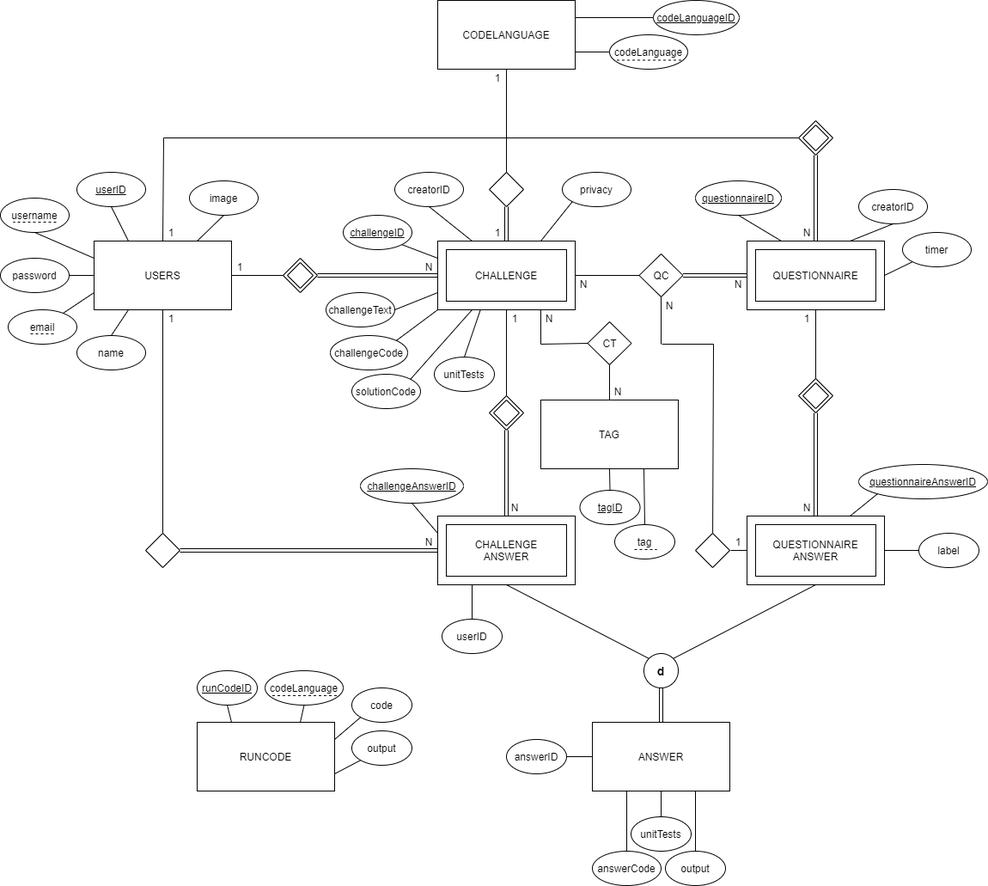
The draw.io diagram Code/Postgres/Diagram.png in joaoesantos/ise_learning, before a commit. Source tidied: cells renumbered, new cells last; positions are measured from the earlier drawing's top-left corner, leaving out a move shared by most shapes.
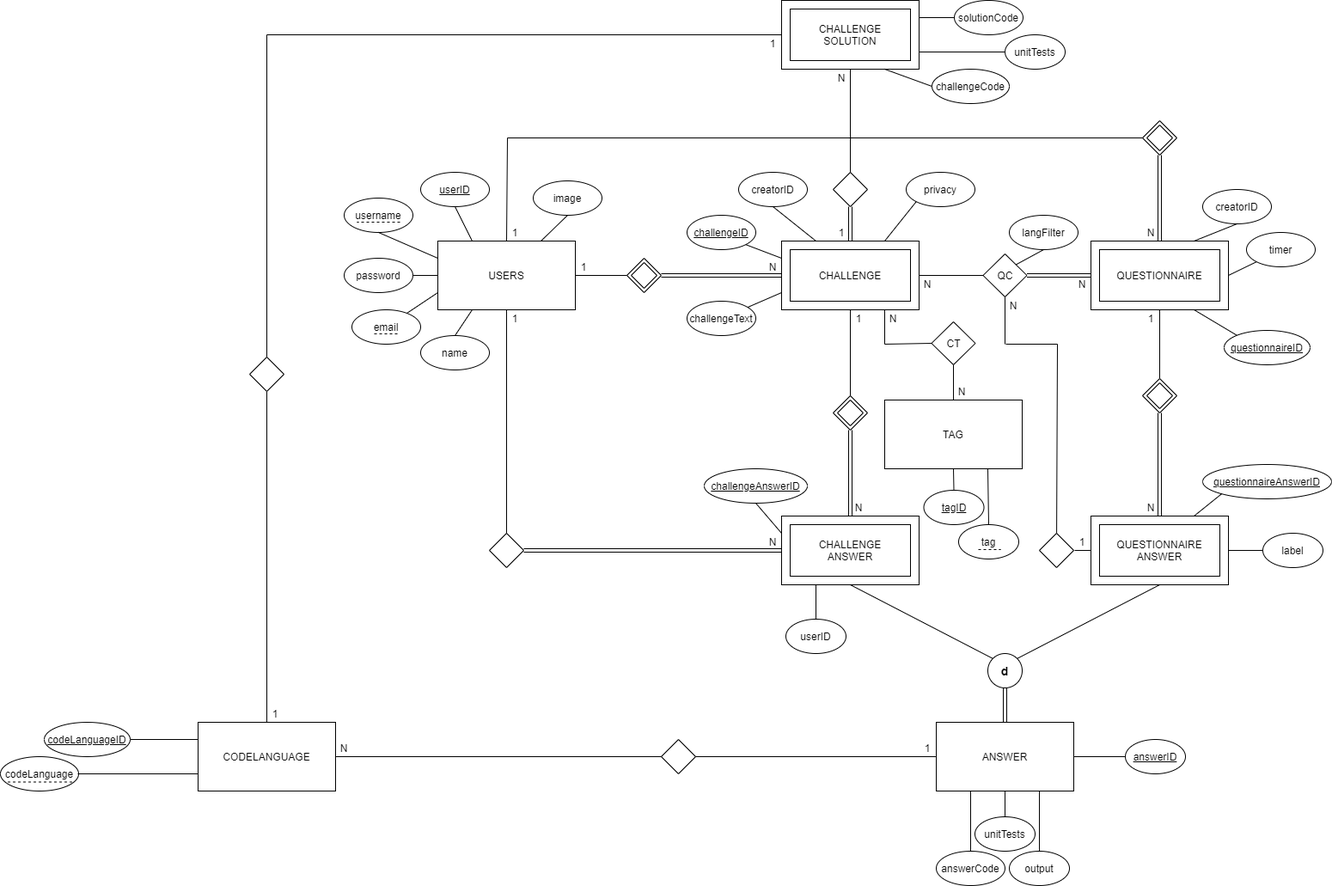
The same file after the commit.

The edit, as a diff of the source:
```diff
@@ -2,7 +2,7 @@
   <root>
     <mxCell id="0" />
     <mxCell id="1" parent="0" />
-    <mxCell id="2" value="CODELANGUAGE" style="rounded=0;whiteSpace=wrap;html=1;" parent="1" vertex="1">
+    <mxCell id="2" style="rounded=0;whiteSpace=wrap;html=1;" parent="1" vertex="1">
       <mxGeometry x="509" width="160" height="80" as="geometry" />
     </mxCell>
     <mxCell id="3" style="rounded=0;whiteSpace=wrap;html=1;" parent="1" vertex="1">
@@ -38,12 +38,6 @@
     <mxCell id="13" style="endArrow=none;html=1;entryX=0.5;entryY=1;entryDx=0;entryDy=0;exitX=0.5;exitY=0;exitDx=0;exitDy=0;" parent="1" edge="1" source="46" target="6">
       <mxGeometry relative="1" as="geometry" />
     </mxCell>
-    <mxCell id="14" value="codeLanguage" style="ellipse;whiteSpace=wrap;html=1;" parent="1" vertex="1">
-      <mxGeometry x="709" y="40" width="91" height="40" as="geometry" />
-    </mxCell>
-    <mxCell id="15" style="endArrow=none;html=1;entryX=0;entryY=0.5;entryDx=0;entryDy=0;exitX=1;exitY=0.75;exitDx=0;exitDy=0;" parent="1" edge="1" source="2" target="14">
-      <mxGeometry relative="1" as="geometry" />
-    </mxCell>
     <mxCell id="16" value="1" style="text;html=1;strokeColor=none;fillColor=none;align=center;verticalAlign=middle;whiteSpace=wrap;rounded=0;" parent="1" vertex="1">
       <mxGeometry x="189" y="260" width="20" height="20" as="geometry" />
     </mxCell>
@@ -63,7 +57,7 @@
       <mxGeometry relative="1" as="geometry" />
     </mxCell>
     <mxCell id="22" value="challengeText" style="ellipse;whiteSpace=wrap;html=1;" parent="1" vertex="1">
-      <mxGeometry x="379" y="340" width="80" height="40" as="geometry" />
+      <mxGeometry x="399" y="350" width="80" height="40" as="geometry" />
     </mxCell>
     <mxCell id="23" value="privacy" style="ellipse;whiteSpace=wrap;html=1;" parent="1" vertex="1">
       <mxGeometry x="654" y="200" width="80" height="40" as="geometry" />
@@ -71,7 +65,7 @@
     <mxCell id="24" style="endArrow=none;html=1;entryX=0;entryY=1;entryDx=0;entryDy=0;exitX=0.75;exitY=0;exitDx=0;exitDy=0;" parent="1" edge="1" source="3" target="23">
       <mxGeometry relative="1" as="geometry" />
     </mxCell>
-    <mxCell id="25" style="endArrow=none;html=1;exitX=1;exitY=0.5;exitDx=0;exitDy=0;entryX=0;entryY=0.75;entryDx=0;entryDy=0;" parent="1" edge="1" source="22" target="3">
+    <mxCell id="25" style="endArrow=none;html=1;entryX=0;entryY=0.75;entryDx=0;entryDy=0;" parent="1" edge="1" source="22" target="3">
       <mxGeometry relative="1" as="geometry" />
     </mxCell>
     <mxCell id="26" style="rhombus;whiteSpace=wrap;html=1;" parent="1" vertex="1">
@@ -95,16 +89,10 @@
     <mxCell id="32" value="1" style="text;html=1;strokeColor=none;fillColor=none;align=center;verticalAlign=middle;whiteSpace=wrap;rounded=0;" parent="1" vertex="1">
       <mxGeometry x="929" y="360" width="20" height="20" as="geometry" />
     </mxCell>
-    <mxCell id="33" value="solutionCode" style="ellipse;whiteSpace=wrap;html=1;" parent="1" vertex="1">
-      <mxGeometry x="409" y="435" width="80" height="40" as="geometry" />
-    </mxCell>
-    <mxCell id="34" style="endArrow=none;html=1;exitX=0.25;exitY=1;exitDx=0;exitDy=0;entryX=1;entryY=0;entryDx=0;entryDy=0;" parent="1" edge="1" source="3" target="33">
+    <mxCell id="34" style="endArrow=none;html=1;exitX=0;exitY=0.5;exitDx=0;exitDy=0;entryX=1;entryY=0.75;entryDx=0;entryDy=0;" parent="1" edge="1" source="35" target="2">
       <mxGeometry relative="1" as="geometry" />
     </mxCell>
-    <mxCell id="35" value="unitTests" style="ellipse;whiteSpace=wrap;html=1;" parent="1" vertex="1">
-      <mxGeometry x="505" y="415" width="70" height="40" as="geometry" />
-    </mxCell>
-    <mxCell id="36" style="endArrow=none;html=1;exitX=0.309;exitY=1.01;exitDx=0;exitDy=0;entryX=0.5;entryY=0;entryDx=0;entryDy=0;exitPerimeter=0;" parent="1" edge="1" source="3" target="35">
+    <mxCell id="36" style="endArrow=none;html=1;exitX=0;exitY=0.5;exitDx=0;exitDy=0;entryX=1;entryY=0.25;entryDx=0;entryDy=0;" parent="1" edge="1" source="33" target="2">
       <mxGeometry relative="1" as="geometry" />
     </mxCell>
     <mxCell id="37" value="answerCode" style="ellipse;whiteSpace=wrap;html=1;" parent="1" vertex="1">
@@ -125,7 +113,7 @@
     <mxCell id="42" style="endArrow=none;html=1;entryX=0.5;entryY=1;entryDx=0;entryDy=0;exitX=0.75;exitY=0;exitDx=0;exitDy=0;" parent="1" edge="1" source="6" target="41">
       <mxGeometry relative="1" as="geometry" />
     </mxCell>
-    <mxCell id="43" style="endArrow=none;html=1;exitX=0.25;exitY=0;exitDx=0;exitDy=0;entryX=0.5;entryY=1;entryDx=0;entryDy=0;" parent="1" edge="1" source="6" target="57">
+    <mxCell id="43" style="endArrow=none;html=1;entryX=0.75;entryY=1;entryDx=0;entryDy=0;exitX=0;exitY=0;exitDx=0;exitDy=0;" parent="1" edge="1" source="57" target="6">
       <mxGeometry relative="1" as="geometry" />
     </mxCell>
     <mxCell id="44" style="rounded=0;whiteSpace=wrap;html=1;" parent="1" vertex="1">
@@ -161,14 +149,8 @@
     <mxCell id="54" style="endArrow=none;html=1;entryX=0.75;entryY=0;entryDx=0;entryDy=0;exitX=0;exitY=1;exitDx=0;exitDy=0;" parent="1" edge="1" source="53" target="44">
       <mxGeometry relative="1" as="geometry" />
     </mxCell>
-    <mxCell id="55" value="&lt;u&gt;codeLanguageID&lt;/u&gt;" style="ellipse;whiteSpace=wrap;html=1;" parent="1" vertex="1">
-      <mxGeometry x="760" width="100" height="40" as="geometry" />
-    </mxCell>
-    <mxCell id="56" style="endArrow=none;html=1;entryX=0;entryY=0.5;entryDx=0;entryDy=0;exitX=1;exitY=0.25;exitDx=0;exitDy=0;" parent="1" edge="1" source="2" target="55">
-      <mxGeometry relative="1" as="geometry" />
-    </mxCell>
     <mxCell id="57" value="&lt;u&gt;questionnaireID&lt;/u&gt;" style="ellipse;whiteSpace=wrap;html=1;" parent="1" vertex="1">
-      <mxGeometry x="809" y="210" width="100" height="40" as="geometry" />
+      <mxGeometry x="1024" y="384" width="100" height="40" as="geometry" />
     </mxCell>
     <mxCell id="58" style="rhombus;whiteSpace=wrap;html=1;" parent="1" vertex="1">
       <mxGeometry x="574" y="465" width="30" height="30" as="geometry" />
@@ -243,27 +225,6 @@
     <mxCell id="80" style="endArrow=none;html=1;entryX=0.5;entryY=0;entryDx=0;entryDy=0;exitX=0.75;exitY=1;exitDx=0;exitDy=0;" parent="1" edge="1" source="74" target="78">
       <mxGeometry relative="1" as="geometry" />
     </mxCell>
-    <mxCell id="81" value="RUNCODE" style="rounded=0;whiteSpace=wrap;html=1;" parent="1" vertex="1">
-      <mxGeometry x="229" y="840" width="160" height="80" as="geometry" />
-    </mxCell>
-    <mxCell id="82" style="endArrow=none;html=1;entryX=0.25;entryY=0;entryDx=0;entryDy=0;exitX=0.5;exitY=1;exitDx=0;exitDy=0;" parent="1" edge="1" source="87" target="81">
-      <mxGeometry relative="1" as="geometry" />
-    </mxCell>
-    <mxCell id="83" value="code" style="ellipse;whiteSpace=wrap;html=1;" parent="1" vertex="1">
-      <mxGeometry x="409" y="800" width="70" height="40" as="geometry" />
-    </mxCell>
-    <mxCell id="84" style="endArrow=none;html=1;entryX=0;entryY=1;entryDx=0;entryDy=0;exitX=1;exitY=0.25;exitDx=0;exitDy=0;" parent="1" edge="1" source="81" target="83">
-      <mxGeometry relative="1" as="geometry" />
-    </mxCell>
-    <mxCell id="85" value="codeLanguage" style="ellipse;whiteSpace=wrap;html=1;" parent="1" vertex="1">
-      <mxGeometry x="308" y="780" width="91" height="40" as="geometry" />
-    </mxCell>
-    <mxCell id="86" style="endArrow=none;html=1;entryX=0.5;entryY=1;entryDx=0;entryDy=0;exitX=0.75;exitY=0;exitDx=0;exitDy=0;" parent="1" edge="1" source="81" target="85">
-      <mxGeometry relative="1" as="geometry" />
-    </mxCell>
-    <mxCell id="87" value="&lt;u&gt;runCodeID&lt;/u&gt;" style="ellipse;whiteSpace=wrap;html=1;" parent="1" vertex="1">
-      <mxGeometry x="229" y="780" width="70" height="40" as="geometry" />
-    </mxCell>
     <mxCell id="88" style="rhombus;whiteSpace=wrap;html=1;" parent="1" vertex="1">
       <mxGeometry x="334" y="305" width="30" height="30" as="geometry" />
     </mxCell>
@@ -273,7 +234,7 @@
     <mxCell id="90" style="rhombus;whiteSpace=wrap;html=1;" parent="1" vertex="1">
       <mxGeometry x="929" y="140" width="40" height="40" as="geometry" />
     </mxCell>
-    <mxCell id="91" value="1" style="text;html=1;strokeColor=none;fillColor=none;align=center;verticalAlign=middle;whiteSpace=wrap;rounded=0;" parent="1" vertex="1">
+    <mxCell id="91" value="N" style="text;html=1;strokeColor=none;fillColor=none;align=center;verticalAlign=middle;whiteSpace=wrap;rounded=0;" parent="1" vertex="1">
       <mxGeometry x="569" y="80" width="20" height="20" as="geometry" />
     </mxCell>
     <mxCell id="92" style="endArrow=none;html=1;exitX=0;exitY=0.5;exitDx=0;exitDy=0;" parent="1" edge="1" source="90">
@@ -353,29 +314,11 @@
       <mxGeometry relative="1" as="geometry" />
     </mxCell>
     <mxCell id="114" value="challengeCode" style="ellipse;whiteSpace=wrap;html=1;" parent="1" vertex="1">
-      <mxGeometry x="384" y="390" width="90" height="40" as="geometry" />
+      <mxGeometry x="684" y="80" width="90" height="40" as="geometry" />
     </mxCell>
-    <mxCell id="115" style="endArrow=none;html=1;entryX=0;entryY=1;entryDx=0;entryDy=0;exitX=1;exitY=0;exitDx=0;exitDy=0;" parent="1" edge="1" source="114" target="3">
+    <mxCell id="115" style="endArrow=none;html=1;entryX=0.75;entryY=1;entryDx=0;entryDy=0;exitX=0;exitY=0.5;exitDx=0;exitDy=0;" parent="1" edge="1" source="114" target="2">
       <mxGeometry relative="1" as="geometry" />
     </mxCell>
-    <mxCell id="116" value="output" style="ellipse;whiteSpace=wrap;html=1;" parent="1" vertex="1">
-      <mxGeometry x="409" y="850" width="70" height="40" as="geometry" />
-    </mxCell>
-    <mxCell id="117" style="endArrow=none;html=1;entryX=0;entryY=1;entryDx=0;entryDy=0;exitX=1;exitY=0.75;exitDx=0;exitDy=0;" parent="1" edge="1" source="81" target="116">
-      <mxGeometry relative="1" as="geometry" />
-    </mxCell>
-    <mxCell id="118" style="endArrow=none;dashed=1;html=1;" parent="1" edge="1">
-      <mxGeometry relative="1" as="geometry">
-        <mxPoint x="391.5" y="809" as="sourcePoint" />
-        <mxPoint x="315.5" y="809" as="targetPoint" />
-      </mxGeometry>
-    </mxCell>
-    <mxCell id="119" style="endArrow=none;dashed=1;html=1;" parent="1" edge="1">
-      <mxGeometry relative="1" as="geometry">
-        <mxPoint x="792.5" y="69.5" as="sourcePoint" />
-        <mxPoint x="716.5" y="69.5" as="targetPoint" />
-      </mxGeometry>
-    </mxCell>
     <mxCell id="120" style="endArrow=none;dashed=1;html=1;" parent="1" edge="1">
       <mxGeometry relative="1" as="geometry">
         <mxPoint x="738" y="639" as="sourcePoint" />
@@ -412,10 +355,10 @@
     <mxCell id="130" style="shape=link;html=1;entryX=0.5;entryY=1;entryDx=0;entryDy=0;exitX=0.5;exitY=0;exitDx=0;exitDy=0;" parent="1" edge="1" source="125" target="126">
       <mxGeometry relative="1" as="geometry" />
     </mxCell>
-    <mxCell id="131" value="answerID" style="ellipse;whiteSpace=wrap;html=1;" parent="1" vertex="1">
-      <mxGeometry x="589" y="860" width="70" height="40" as="geometry" />
+    <mxCell id="131" value="&lt;u&gt;answerID&lt;/u&gt;" style="ellipse;whiteSpace=wrap;html=1;" parent="1" vertex="1">
+      <mxGeometry x="909" y="860" width="70" height="40" as="geometry" />
     </mxCell>
-    <mxCell id="132" style="endArrow=none;html=1;entryX=0;entryY=0.5;entryDx=0;entryDy=0;exitX=1;exitY=0.5;exitDx=0;exitDy=0;" parent="1" edge="1" source="131" target="125">
+    <mxCell id="132" style="endArrow=none;html=1;entryX=1;entryY=0.5;entryDx=0;entryDy=0;exitX=0;exitY=0.5;exitDx=0;exitDy=0;" parent="1" edge="1" source="131" target="125">
       <mxGeometry relative="1" as="geometry" />
     </mxCell>
     <mxCell id="133" style="shape=link;html=1;exitX=1;exitY=0.5;exitDx=0;exitDy=0;entryX=0;entryY=0.5;entryDx=0;entryDy=0;" parent="1" edge="1" source="97" target="11">
@@ -451,5 +394,78 @@
     <mxCell id="140" value="N" style="text;html=1;strokeColor=none;fillColor=none;align=center;verticalAlign=middle;whiteSpace=wrap;rounded=0;" parent="1" vertex="1">
       <mxGeometry x="769" y="345" width="20" height="20" as="geometry" />
     </mxCell>
+    <mxCell id="141" value="CODELANGUAGE" style="rounded=0;whiteSpace=wrap;html=1;" parent="1" vertex="1">
+      <mxGeometry x="-170" y="840" width="160" height="80" as="geometry" />
+    </mxCell>
+    <mxCell id="142" value="codeLanguage" style="ellipse;whiteSpace=wrap;html=1;" parent="1" vertex="1">
+      <mxGeometry x="-400" y="880" width="91" height="40" as="geometry" />
+    </mxCell>
+    <mxCell id="143" style="endArrow=none;html=1;exitX=0;exitY=0.75;exitDx=0;exitDy=0;entryX=0.989;entryY=0.5;entryDx=0;entryDy=0;entryPerimeter=0;" parent="1" edge="1" source="141" target="142">
+      <mxGeometry relative="1" as="geometry" />
+    </mxCell>
+    <mxCell id="55" value="&lt;u&gt;codeLanguageID&lt;/u&gt;" style="ellipse;whiteSpace=wrap;html=1;" parent="1" vertex="1">
+      <mxGeometry x="-349" y="840" width="100" height="40" as="geometry" />
+    </mxCell>
+    <mxCell id="144" style="endArrow=none;html=1;exitX=0;exitY=0.25;exitDx=0;exitDy=0;entryX=1;entryY=0.5;entryDx=0;entryDy=0;" parent="1" edge="1" source="141" target="55">
+      <mxGeometry relative="1" as="geometry" />
+    </mxCell>
+    <mxCell id="145" style="endArrow=none;dashed=1;html=1;" parent="1" edge="1">
+      <mxGeometry relative="1" as="geometry">
+        <mxPoint x="-316.5" y="909.5" as="sourcePoint" />
+        <mxPoint x="-392.5" y="909.5" as="targetPoint" />
+      </mxGeometry>
+    </mxCell>
+    <mxCell id="146" value="CHALLENGE&lt;br&gt;SOLUTION" style="rounded=0;whiteSpace=wrap;html=1;" parent="1" vertex="1">
+      <mxGeometry x="519" y="10" width="140" height="60" as="geometry" />
+    </mxCell>
+    <mxCell id="33" value="solutionCode" style="ellipse;whiteSpace=wrap;html=1;" parent="1" vertex="1">
+      <mxGeometry x="710" width="80" height="40" as="geometry" />
+    </mxCell>
+    <mxCell id="35" value="unitTests" style="ellipse;whiteSpace=wrap;html=1;" parent="1" vertex="1">
+      <mxGeometry x="769" y="40" width="70" height="40" as="geometry" />
+    </mxCell>
+    <mxCell id="147" style="endArrow=none;html=1;exitX=0.5;exitY=0;exitDx=0;exitDy=0;entryX=0.5;entryY=1;entryDx=0;entryDy=0;" parent="1" edge="1" source="141" target="148">
+      <mxGeometry relative="1" as="geometry" />
+    </mxCell>
+    <mxCell id="148" style="rhombus;whiteSpace=wrap;html=1;" parent="1" vertex="1">
+      <mxGeometry x="-110" y="415" width="40" height="40" as="geometry" />
+    </mxCell>
+    <mxCell id="149" style="endArrow=none;html=1;entryX=0.5;entryY=0;entryDx=0;entryDy=0;" parent="1" edge="1" target="148">
+      <mxGeometry relative="1" as="geometry">
+        <mxPoint x="-90" y="40" as="sourcePoint" />
+      </mxGeometry>
+    </mxCell>
+    <mxCell id="150" style="endArrow=none;html=1;exitX=0;exitY=0.5;exitDx=0;exitDy=0;" parent="1" edge="1" source="2">
+      <mxGeometry relative="1" as="geometry">
+        <mxPoint x="-90" y="40" as="targetPoint" />
+      </mxGeometry>
+    </mxCell>
+    <mxCell id="151" style="rhombus;whiteSpace=wrap;html=1;" parent="1" vertex="1">
+      <mxGeometry x="369" y="860" width="40" height="40" as="geometry" />
+    </mxCell>
+    <mxCell id="152" style="endArrow=none;html=1;entryX=0;entryY=0.5;entryDx=0;entryDy=0;exitX=1;exitY=0.5;exitDx=0;exitDy=0;" parent="1" edge="1" source="141" target="151">
+      <mxGeometry relative="1" as="geometry" />
+    </mxCell>
+    <mxCell id="153" style="endArrow=none;html=1;entryX=0;entryY=0.5;entryDx=0;entryDy=0;exitX=1;exitY=0.5;exitDx=0;exitDy=0;" parent="1" edge="1" source="151" target="125">
+      <mxGeometry relative="1" as="geometry" />
+    </mxCell>
+    <mxCell id="154" value="N" style="text;html=1;strokeColor=none;fillColor=none;align=center;verticalAlign=middle;whiteSpace=wrap;rounded=0;" parent="1" vertex="1">
+      <mxGeometry x="-10" y="860" width="20" height="20" as="geometry" />
+    </mxCell>
+    <mxCell id="155" value="1" style="text;html=1;strokeColor=none;fillColor=none;align=center;verticalAlign=middle;whiteSpace=wrap;rounded=0;" parent="1" vertex="1">
+      <mxGeometry x="669" y="860" width="20" height="20" as="geometry" />
+    </mxCell>
+    <mxCell id="156" value="1" style="text;html=1;strokeColor=none;fillColor=none;align=center;verticalAlign=middle;whiteSpace=wrap;rounded=0;" parent="1" vertex="1">
+      <mxGeometry x="-90" y="820" width="20" height="20" as="geometry" />
+    </mxCell>
+    <mxCell id="157" value="1" style="text;html=1;strokeColor=none;fillColor=none;align=center;verticalAlign=middle;whiteSpace=wrap;rounded=0;" parent="1" vertex="1">
+      <mxGeometry x="489" y="40" width="20" height="20" as="geometry" />
+    </mxCell>
+    <mxCell id="158" value="langFilter" style="ellipse;whiteSpace=wrap;html=1;" parent="1" vertex="1">
+      <mxGeometry x="774" y="250" width="80" height="40" as="geometry" />
+    </mxCell>
+    <mxCell id="159" style="endArrow=none;html=1;entryX=0.5;entryY=1;entryDx=0;entryDy=0;exitX=1;exitY=0;exitDx=0;exitDy=0;" parent="1" edge="1" source="7" target="158">
+      <mxGeometry relative="1" as="geometry" />
+    </mxCell>
   </root>
 </mxGraphModel>
```
